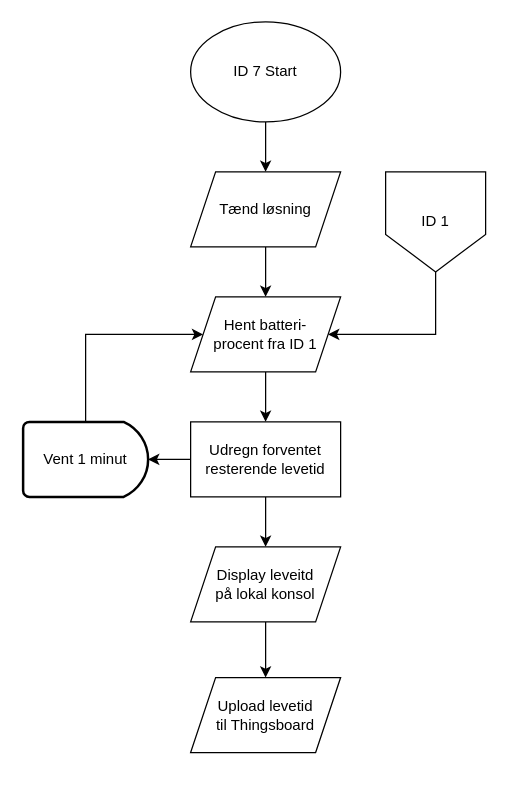
Above: ID 07, P3/ID 7 Vis forventet resttid.drawio in KEA-E24-B9-IOT1/E24-B9-IoT1 (draw.io), before the change. Source tidied: cells renumbered, new cells numbered last; positions are measured from the earlier drawing's top-left corner, leaving out a move shared by most shapes. Both pictures are drawn from the tidied source at 125%, with x=0, y=0 at pixel (22, 21).
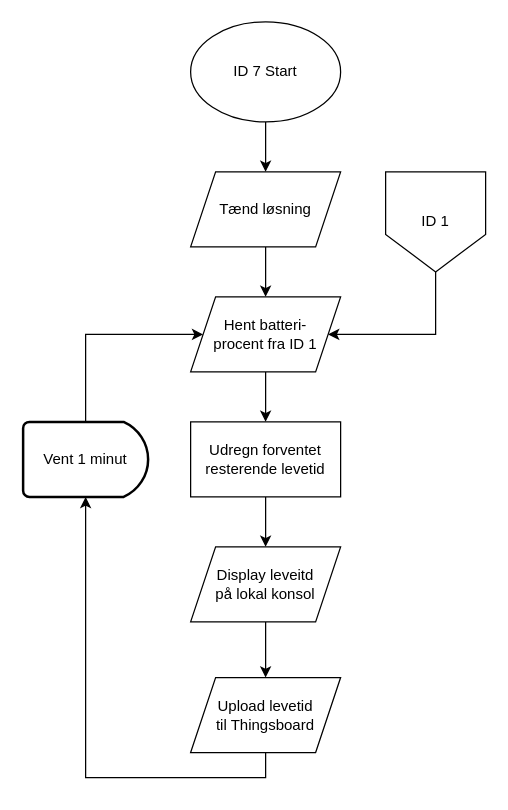
The same page after the edit.

Unchanged cells that the change refers to:
```xml
<mxCell id="12" value="Udregn forventet resterende levetid" style="rounded=0;whiteSpace=wrap;html=1;" parent="1" vertex="1">
  <mxGeometry x="134" y="320" width="120" height="60" as="geometry" />
</mxCell>
<mxCell id="15" value="&lt;div&gt;Upload levetid&lt;/div&gt;&lt;div&gt;til Thingsboard&lt;br&gt;&lt;/div&gt;" style="shape=parallelogram;perimeter=parallelogramPerimeter;whiteSpace=wrap;html=1;fixedSize=1;" parent="1" vertex="1">
  <mxGeometry x="134" y="524.5" width="120" height="60" as="geometry" />
</mxCell>
<mxCell id="17" value="Vent 1 minut" style="strokeWidth=2;html=1;shape=mxgraph.flowchart.delay;whiteSpace=wrap;" parent="1" vertex="1">
  <mxGeometry y="320" width="100" height="60" as="geometry" />
</mxCell>
```

The edit, as a diff of the source:
```diff
@@
-    <mxCell id="11" style="edgeStyle=orthogonalEdgeStyle;rounded=0;jettySize=auto;html=1;" parent="1" edge="1" source="12" target="17">
-      <mxGeometry relative="1" as="geometry" />
-    </mxCell>
@@
+    <mxCell id="18" style="edgeStyle=orthogonalEdgeStyle;rounded=0;jettySize=auto;html=1;exitX=0.5;exitY=1;exitDx=0;exitDy=0;entryX=0.5;entryY=1;entryDx=0;entryDy=0;entryPerimeter=0;" parent="1" edge="1" source="15" target="17">
+      <mxGeometry relative="1" as="geometry" />
+    </mxCell>
```
